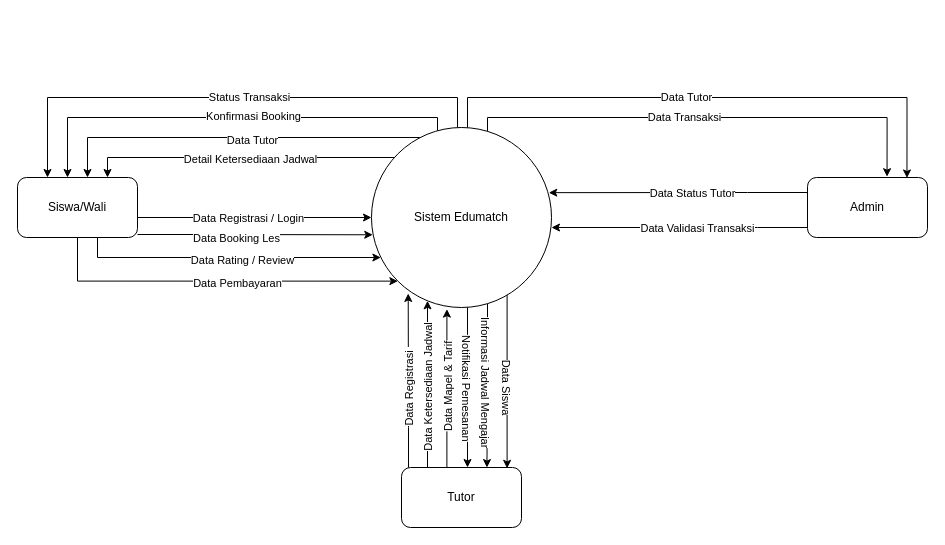
Earlier version of the draw.io diagram page "Halaman-3" (3 of 3) of Diagram Tanpa Judul.drawio (Nadanafisah676/Nadanafisah676). Source tidied: cells renumbered, new cells numbered last; positions are measured from the earlier drawing's top-left corner, leaving out a move shared by most shapes. Both pictures are drawn from the tidied source at 100%, with x=0, y=0 at pixel (17, 97).
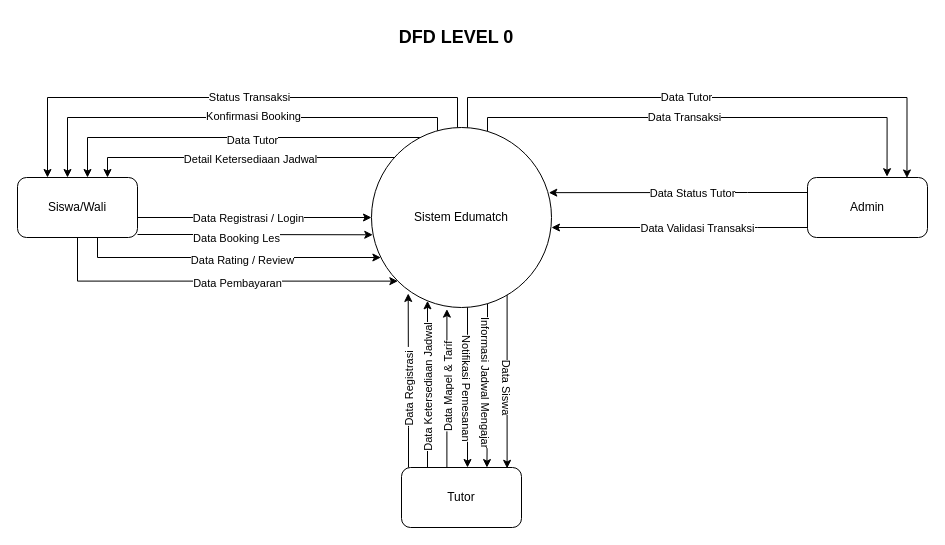
The same diagram, later.

The edit, as a diff of the source:
```diff
@@
+    <mxCell id="42" value="&lt;b&gt;&lt;font style=&quot;font-size: 18px;&quot;&gt;DFD LEVEL 0&lt;/font&gt;&lt;/b&gt;" style="text;html=1;whiteSpace=wrap;strokeColor=none;fillColor=none;align=center;verticalAlign=middle;rounded=0;" parent="1" vertex="1">
+      <mxGeometry x="354" y="-80" width="170" height="40" as="geometry" />
+    </mxCell>
```
